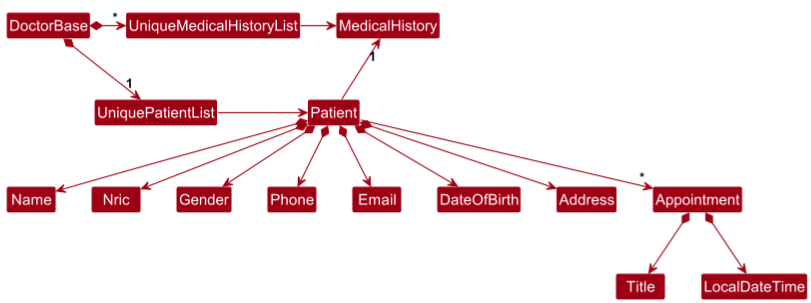
Above: docs/images/BetterModelClassDiagram.png in jxnwxx/tp (PlantUML), before the change. Its source is kept beside it as docs/diagrams/BetterModelClassDiagram.puml.
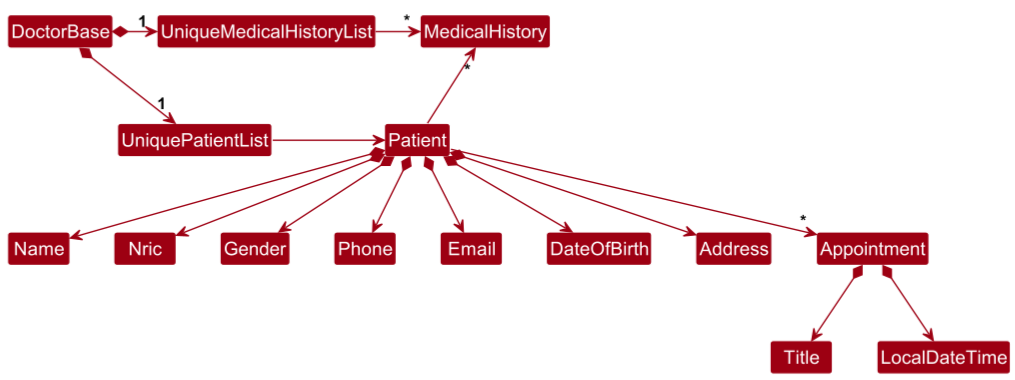
Above is the later version.

Diff of the diagram source:
```diff
@@ -7,8 +7,8 @@
 DoctorBase *-right-> "1" UniquePatientList
 UniquePatientList -right-> Patient
 DoctorBase *-right-> "1" UniqueMedicalHistoryList
-UniqueMedicalHistoryList -right-> MedicalHistory
-Patient -up-> "1" MedicalHistory
+UniqueMedicalHistoryList -right-> "*" MedicalHistory
+Patient -up-> "*" MedicalHistory
 Patient *--> Name
 Patient *--> Nric
 Patient *--> Gender
```
